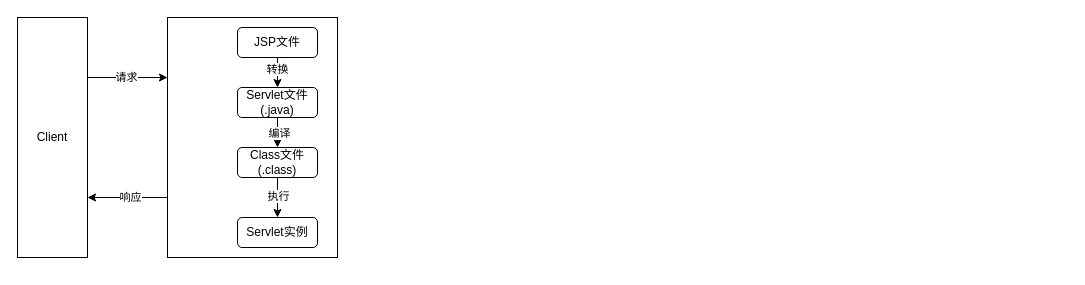
This is share/JSP运行流程.drawio from mythwind/BigData, a draw.io file, before an edit. Source tidied: cells renumbered, new cells numbered last; positions are measured from the earlier drawing's top-left corner, leaving out a move shared by most shapes. Both pictures are drawn from the tidied source at 100%, with x=0, y=0 at pixel (17, 17).
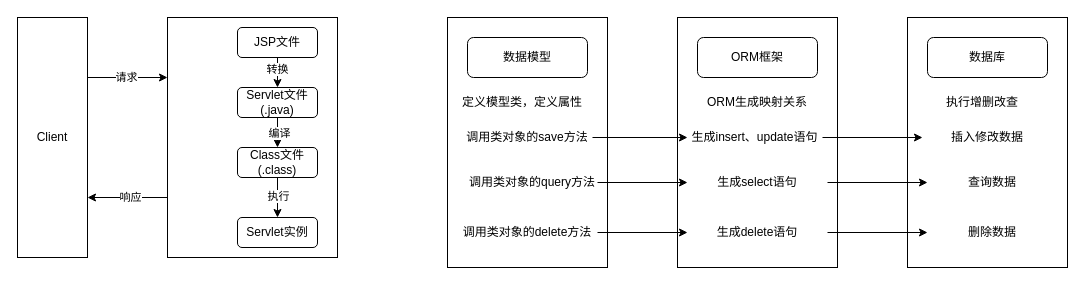
Above is the later version.

Commit message:
更新JSP运行流程.drawio

The edit, as a diff of the source:
```diff
@@
+    <mxCell id="18" style="rounded=0;whiteSpace=wrap;html=1;" parent="1" vertex="1">
+      <mxGeometry x="430" width="160" height="250" as="geometry" />
+    </mxCell>
+    <mxCell id="19" value="数据模型" style="rounded=1;whiteSpace=wrap;html=1;" parent="1" vertex="1">
+      <mxGeometry x="450" y="20" width="120" height="40" as="geometry" />
+    </mxCell>
+    <mxCell id="20" value="定义模型类，定义属性" style="text;html=1;strokeColor=none;fillColor=none;align=center;verticalAlign=middle;whiteSpace=wrap;rounded=0;" parent="1" vertex="1">
+      <mxGeometry x="440" y="70" width="130" height="30" as="geometry" />
+    </mxCell>
+    <mxCell id="21" value="调用类对象的save方法" style="text;html=1;strokeColor=none;fillColor=none;align=center;verticalAlign=middle;whiteSpace=wrap;rounded=0;" parent="1" vertex="1">
+      <mxGeometry x="445" y="105" width="130" height="30" as="geometry" />
+    </mxCell>
+    <mxCell id="22" value="调用类对象的query方法" style="text;html=1;strokeColor=none;fillColor=none;align=center;verticalAlign=middle;whiteSpace=wrap;rounded=0;" parent="1" vertex="1">
+      <mxGeometry x="450" y="150" width="130" height="30" as="geometry" />
+    </mxCell>
+    <mxCell id="23" value="调用类对象的delete方法" style="text;html=1;strokeColor=none;fillColor=none;align=center;verticalAlign=middle;whiteSpace=wrap;rounded=0;" parent="1" vertex="1">
+      <mxGeometry x="440" y="200" width="140" height="30" as="geometry" />
+    </mxCell>
+    <mxCell id="24" style="rounded=0;whiteSpace=wrap;html=1;" parent="1" vertex="1">
+      <mxGeometry x="660" width="160" height="250" as="geometry" />
+    </mxCell>
+    <mxCell id="25" value="ORM框架" style="rounded=1;whiteSpace=wrap;html=1;" parent="1" vertex="1">
+      <mxGeometry x="680" y="20" width="120" height="40" as="geometry" />
+    </mxCell>
+    <mxCell id="26" value="ORM生成映射关系" style="text;html=1;strokeColor=none;fillColor=none;align=center;verticalAlign=middle;whiteSpace=wrap;rounded=0;" parent="1" vertex="1">
+      <mxGeometry x="680" y="70" width="120" height="30" as="geometry" />
+    </mxCell>
+    <mxCell id="27" value="生成insert、update语句" style="text;html=1;strokeColor=none;fillColor=none;align=center;verticalAlign=middle;whiteSpace=wrap;rounded=0;" parent="1" vertex="1">
+      <mxGeometry x="670" y="102.5" width="135" height="35" as="geometry" />
+    </mxCell>
+    <mxCell id="28" value="生成select语句" style="text;html=1;strokeColor=none;fillColor=none;align=center;verticalAlign=middle;whiteSpace=wrap;rounded=0;" parent="1" vertex="1">
+      <mxGeometry x="670" y="150" width="140" height="30" as="geometry" />
+    </mxCell>
+    <mxCell id="29" value="生成delete语句" style="text;html=1;strokeColor=none;fillColor=none;align=center;verticalAlign=middle;whiteSpace=wrap;rounded=0;" parent="1" vertex="1">
+      <mxGeometry x="670" y="200" width="140" height="30" as="geometry" />
+    </mxCell>
+    <mxCell id="30" style="rounded=0;whiteSpace=wrap;html=1;" parent="1" vertex="1">
+      <mxGeometry x="890" width="160" height="250" as="geometry" />
+    </mxCell>
+    <mxCell id="31" value="数据库" style="rounded=1;whiteSpace=wrap;html=1;" parent="1" vertex="1">
+      <mxGeometry x="910" y="20" width="120" height="40" as="geometry" />
+    </mxCell>
+    <mxCell id="32" value="执行增删改查" style="text;html=1;strokeColor=none;fillColor=none;align=center;verticalAlign=middle;whiteSpace=wrap;rounded=0;" parent="1" vertex="1">
+      <mxGeometry x="900" y="70" width="130" height="30" as="geometry" />
+    </mxCell>
+    <mxCell id="33" value="插入修改数据" style="text;html=1;strokeColor=none;fillColor=none;align=center;verticalAlign=middle;whiteSpace=wrap;rounded=0;" parent="1" vertex="1">
+      <mxGeometry x="905" y="105" width="130" height="30" as="geometry" />
+    </mxCell>
+    <mxCell id="34" value="查询数据" style="text;html=1;strokeColor=none;fillColor=none;align=center;verticalAlign=middle;whiteSpace=wrap;rounded=0;" parent="1" vertex="1">
+      <mxGeometry x="910" y="150" width="130" height="30" as="geometry" />
+    </mxCell>
+    <mxCell id="35" value="删除数据" style="text;html=1;strokeColor=none;fillColor=none;align=center;verticalAlign=middle;whiteSpace=wrap;rounded=0;" parent="1" vertex="1">
+      <mxGeometry x="910" y="200" width="130" height="30" as="geometry" />
+    </mxCell>
+    <mxCell id="36" style="edgeStyle=orthogonalEdgeStyle;rounded=0;jettySize=auto;html=1;exitX=1;exitY=0.5;exitDx=0;exitDy=0;" parent="1" edge="1" source="22" target="28">
+      <mxGeometry relative="1" as="geometry" />
+    </mxCell>
+    <mxCell id="37" style="edgeStyle=orthogonalEdgeStyle;rounded=0;jettySize=auto;html=1;exitX=1;exitY=0.5;exitDx=0;exitDy=0;entryX=0;entryY=0.5;entryDx=0;entryDy=0;" parent="1" edge="1" source="23" target="29">
+      <mxGeometry relative="1" as="geometry" />
+    </mxCell>
+    <mxCell id="38" style="edgeStyle=orthogonalEdgeStyle;rounded=0;jettySize=auto;html=1;exitX=1;exitY=0.5;exitDx=0;exitDy=0;" parent="1" edge="1" source="21" target="27">
+      <mxGeometry relative="1" as="geometry" />
+    </mxCell>
+    <mxCell id="39" style="edgeStyle=orthogonalEdgeStyle;rounded=0;jettySize=auto;html=1;exitX=1;exitY=0.5;exitDx=0;exitDy=0;" parent="1" edge="1" source="29" target="35">
+      <mxGeometry relative="1" as="geometry" />
+    </mxCell>
+    <mxCell id="40" style="edgeStyle=orthogonalEdgeStyle;rounded=0;jettySize=auto;html=1;exitX=1;exitY=0.5;exitDx=0;exitDy=0;" parent="1" edge="1" source="28" target="34">
+      <mxGeometry relative="1" as="geometry" />
+    </mxCell>
+    <mxCell id="41" style="edgeStyle=orthogonalEdgeStyle;rounded=0;jettySize=auto;html=1;exitX=1;exitY=0.5;exitDx=0;exitDy=0;" parent="1" edge="1" source="27" target="33">
+      <mxGeometry relative="1" as="geometry" />
+    </mxCell>
```
